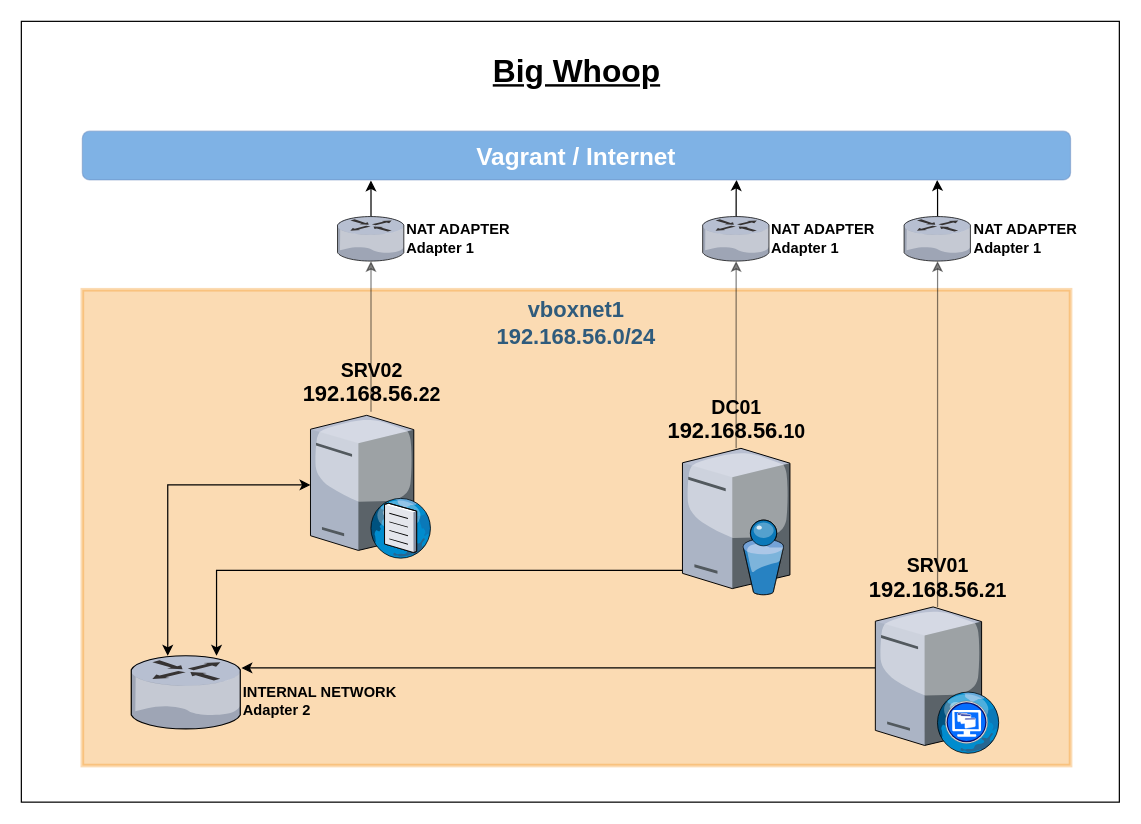
Above: pics/whoop.drawio in mncmb/ninevox (draw.io), before the change. Source tidied: cells renumbered, new cells numbered last; positions are measured from the earlier drawing's top-left corner, leaving out a move shared by most shapes. Both pictures are drawn from the tidied source at 122%, with x=0, y=0 at pixel (21, 21).
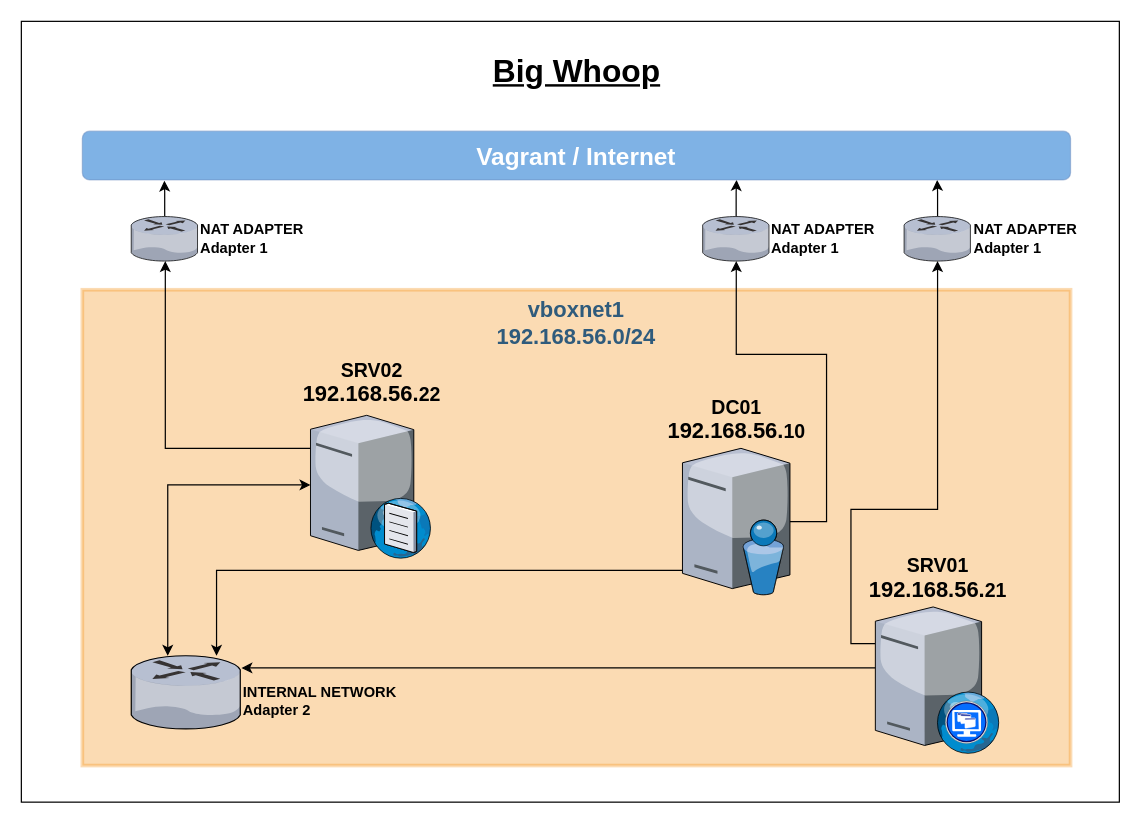
Above is the later version.

Commit message (it also covers changes not shown here):
whoop jpg

Unchanged cells that the change refers to:
```xml
<mxCell id="7" value="&lt;div style=&quot;font-size: 16px&quot;&gt;&lt;font style=&quot;font-size: 16px&quot;&gt;DC01&lt;/font&gt;&lt;/div&gt;&lt;span style=&quot;font-size: 18px&quot;&gt;192.168.56.&lt;/span&gt;&lt;span style=&quot;font-size: 16px&quot;&gt;10&lt;/span&gt;&lt;span style=&quot;font-size: 18px&quot;&gt;&lt;br&gt;&lt;/span&gt;" style="verticalLabelPosition=top;sketch=0;html=1;verticalAlign=bottom;strokeColor=#82b366;align=center;outlineConnect=0;shape=mxgraph.citrix.directory_server;labelPosition=center;fontSize=14;fontStyle=1;fillColor=#d5e8d4;" parent="1" vertex="1">
  <mxGeometry x="541.9" y="350" width="88.1" height="120" as="geometry" />
</mxCell>
<mxCell id="10" value="&lt;font style=&quot;font-size: 16px&quot;&gt;SRV02&lt;br&gt;&lt;/font&gt;&lt;span style=&quot;font-size: 18px&quot;&gt;192.168.56.&lt;/span&gt;&lt;span style=&quot;font-size: 16px&quot;&gt;22&lt;/span&gt;&lt;span style=&quot;font-size: 18px&quot;&gt;&lt;br&gt;&lt;/span&gt;" style="verticalLabelPosition=top;sketch=0;html=1;verticalAlign=bottom;strokeColor=none;align=center;outlineConnect=0;shape=mxgraph.citrix.dns_server;labelPosition=center;fontSize=14;fontStyle=1;" parent="1" vertex="1">
  <mxGeometry x="237" y="320" width="99.2" height="120" as="geometry" />
</mxCell>
<mxCell id="13" value="&lt;div style=&quot;font-size: 16px&quot;&gt;&lt;font style=&quot;font-size: 16px&quot;&gt;SRV01&lt;/font&gt;&lt;/div&gt;&lt;span style=&quot;font-size: 18px&quot;&gt;192.168.56.&lt;/span&gt;&lt;span style=&quot;font-size: 16px&quot;&gt;21&lt;/span&gt;&lt;span style=&quot;font-size: 18px&quot;&gt;&lt;br&gt;&lt;/span&gt;" style="verticalLabelPosition=top;sketch=0;html=1;verticalAlign=bottom;strokeColor=none;align=center;outlineConnect=0;shape=mxgraph.citrix.desktop_web;labelPosition=center;fontSize=14;fontStyle=1;" parent="1" vertex="1">
  <mxGeometry x="700" y="480" width="102" height="120" as="geometry" />
</mxCell>
<mxCell id="16" value="&lt;span style=&quot;text-align: left&quot;&gt;NAT ADAPTER&lt;/span&gt;&lt;br style=&quot;text-align: left&quot;&gt;&lt;span style=&quot;text-align: left&quot;&gt;Adapter 1&lt;/span&gt;" style="verticalLabelPosition=middle;sketch=0;html=1;verticalAlign=middle;strokeColor=none;align=left;outlineConnect=0;shape=mxgraph.citrix.router;labelPosition=right;fontStyle=1;" parent="1" vertex="1">
  <mxGeometry x="723.5" y="160" width="55" height="36.5" as="geometry" />
</mxCell>
<mxCell id="18" value="&lt;span style=&quot;text-align: left&quot;&gt;NAT ADAPTER&lt;/span&gt;&lt;br style=&quot;text-align: left&quot;&gt;&lt;span style=&quot;text-align: left&quot;&gt;Adapter 1&lt;/span&gt;" style="verticalLabelPosition=middle;sketch=0;html=1;verticalAlign=middle;strokeColor=none;align=left;outlineConnect=0;shape=mxgraph.citrix.router;labelPosition=right;fontStyle=1;" parent="1" vertex="1">
  <mxGeometry x="558.4" y="160" width="55" height="36.5" as="geometry" />
</mxCell>
<mxCell id="21" value="&lt;b&gt;&lt;font style=&quot;font-size: 20px&quot; color=&quot;#ffffff&quot;&gt;Vagrant / Internet&lt;/font&gt;&lt;/b&gt;" style="rounded=1;whiteSpace=wrap;html=1;strokeColor=#6c8ebf;fillColor=#0066CC;opacity=50;" parent="1" vertex="1">
  <mxGeometry x="50" y="90" width="810" height="40" as="geometry" />
</mxCell>
```

What changed in the source:
```diff
@@
-    <mxCell id="5" style="edgeStyle=orthogonalEdgeStyle;rounded=0;jettySize=auto;html=1;opacity=50;" parent="1" edge="1" source="7" target="18">
-      <mxGeometry relative="1" as="geometry" />
+    <mxCell id="5" style="edgeStyle=orthogonalEdgeStyle;rounded=0;jettySize=auto;html=1;" parent="1" edge="1" source="7" target="18">
+      <mxGeometry relative="1" as="geometry">
+        <Array as="points">
+          <mxPoint x="660" y="410" />
+          <mxPoint x="660" y="273" />
+          <mxPoint x="586" y="273" />
+        </Array>
+      </mxGeometry>
     </mxCell>
@@
-    <mxCell id="9" style="edgeStyle=orthogonalEdgeStyle;rounded=0;jettySize=auto;html=1;opacity=50;" parent="1" edge="1" source="10" target="20">
-      <mxGeometry relative="1" as="geometry" />
+    <mxCell id="9" style="edgeStyle=orthogonalEdgeStyle;rounded=0;jettySize=auto;html=1;" parent="1" edge="1" source="10" target="20">
+      <mxGeometry relative="1" as="geometry">
+        <Array as="points">
+          <mxPoint x="118" y="350" />
+        </Array>
+      </mxGeometry>
     </mxCell>
@@
-    <mxCell id="11" style="edgeStyle=orthogonalEdgeStyle;rounded=0;jettySize=auto;html=1;opacity=50;" parent="1" edge="1" source="13" target="16">
-      <mxGeometry relative="1" as="geometry" />
+    <mxCell id="11" style="edgeStyle=orthogonalEdgeStyle;rounded=0;jettySize=auto;html=1;" parent="1" edge="1" source="13" target="16">
+      <mxGeometry relative="1" as="geometry">
+        <Array as="points">
+          <mxPoint x="680" y="510" />
+          <mxPoint x="680" y="400" />
+          <mxPoint x="751" y="400" />
+        </Array>
+      </mxGeometry>
     </mxCell>
@@
-    <mxCell id="19" style="edgeStyle=orthogonalEdgeStyle;rounded=0;jettySize=auto;html=1;entryX=0.292;entryY=1.01;entryDx=0;entryDy=0;entryPerimeter=0;" parent="1" edge="1" source="20" target="21">
+    <mxCell id="19" style="edgeStyle=orthogonalEdgeStyle;rounded=0;jettySize=auto;html=1;entryX=0.083;entryY=1.014;entryDx=0;entryDy=0;entryPerimeter=0;" parent="1" edge="1" source="20" target="21">
       <mxGeometry relative="1" as="geometry" />
     </mxCell>
     <mxCell id="20" value="NAT ADAPTER&lt;br&gt;Adapter 1" style="verticalLabelPosition=middle;sketch=0;html=1;verticalAlign=middle;strokeColor=none;align=left;outlineConnect=0;shape=mxgraph.citrix.router;labelPosition=right;fontStyle=1;" parent="1" vertex="1">
-      <mxGeometry x="259.1" y="160" width="55" height="36.5" as="geometry" />
+      <mxGeometry x="90" y="160" width="55" height="36.5" as="geometry" />
     </mxCell>
```
